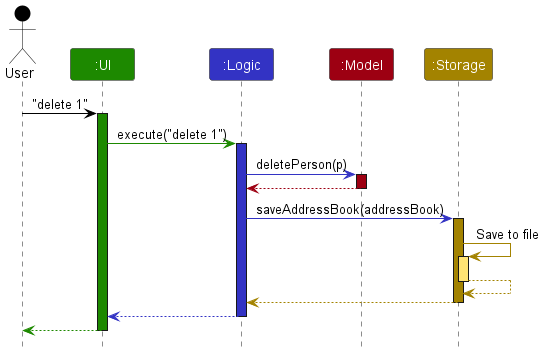
This is docs/images/ArchitectureSequenceDiagram.png from nus-cs2103-AY2425S1/tp, a PlantUML export, as it was before one commit.
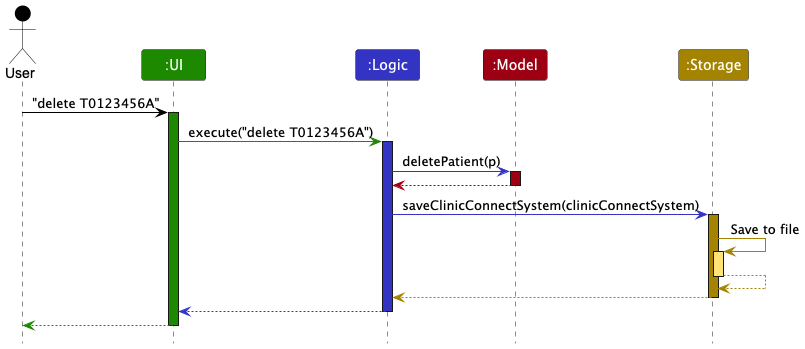
Above is the later version.

Commit message:
Fix delete examples in architecture components

Diff of the diagram source:
```diff
@@ -8,19 +8,19 @@
 Participant ":Model" as model MODEL_COLOR
 Participant ":Storage" as storage STORAGE_COLOR
 
-user -[USER_COLOR]> ui : "delete 1"
+user -[USER_COLOR]> ui : "delete T0123456A"
 activate ui UI_COLOR
 
-ui -[UI_COLOR]> logic : execute("delete 1")
+ui -[UI_COLOR]> logic : execute("delete T0123456A")
 activate logic LOGIC_COLOR
 
-logic -[LOGIC_COLOR]> model : deletePerson(p)
+logic -[LOGIC_COLOR]> model : deletePatient(p)
 activate model MODEL_COLOR
 
 model -[MODEL_COLOR]-> logic
 deactivate model
 
-logic -[LOGIC_COLOR]> storage : saveAddressBook(addressBook)
+logic -[LOGIC_COLOR]> storage : saveClinicConnectSystem(clinicConnectSystem)
 activate storage STORAGE_COLOR
 
 storage -[STORAGE_COLOR]> storage : Save to file
```
